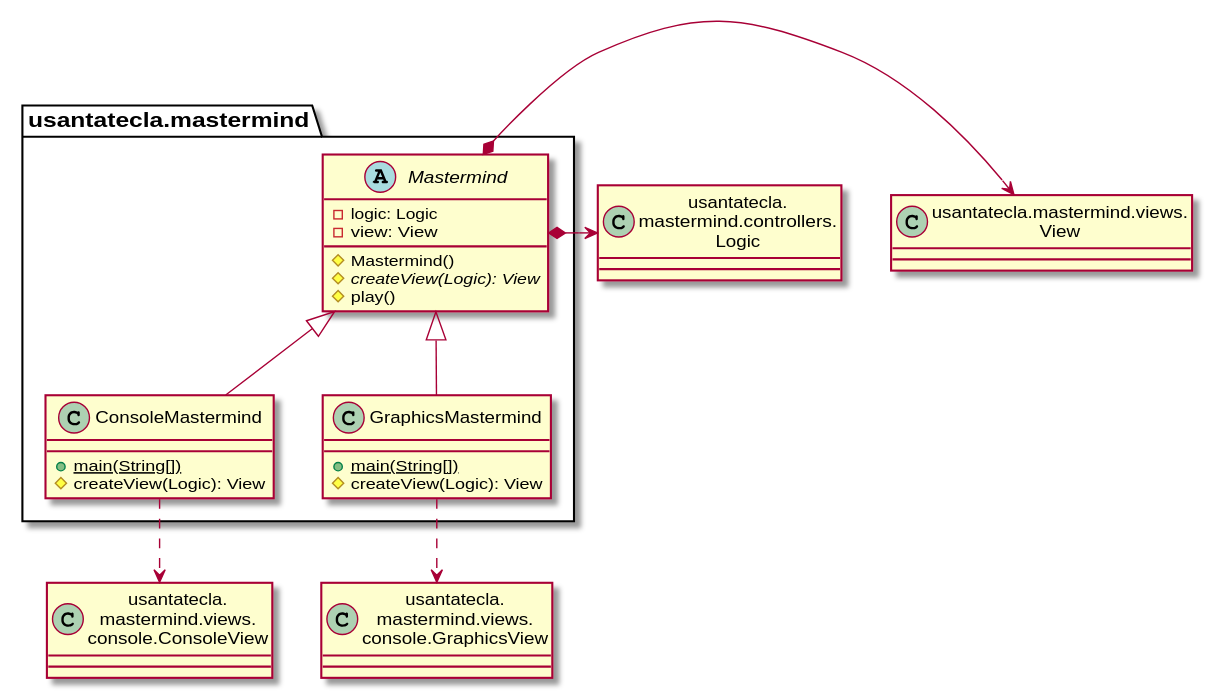
This is modelViewPresenter/presentationModel/withFacade/docs/diagrams/out/paquetes/mastermind.svg from SantaTecla-mastermind/solution.java.swing.socket.sql, a PlantUML export, as it was before one commit.
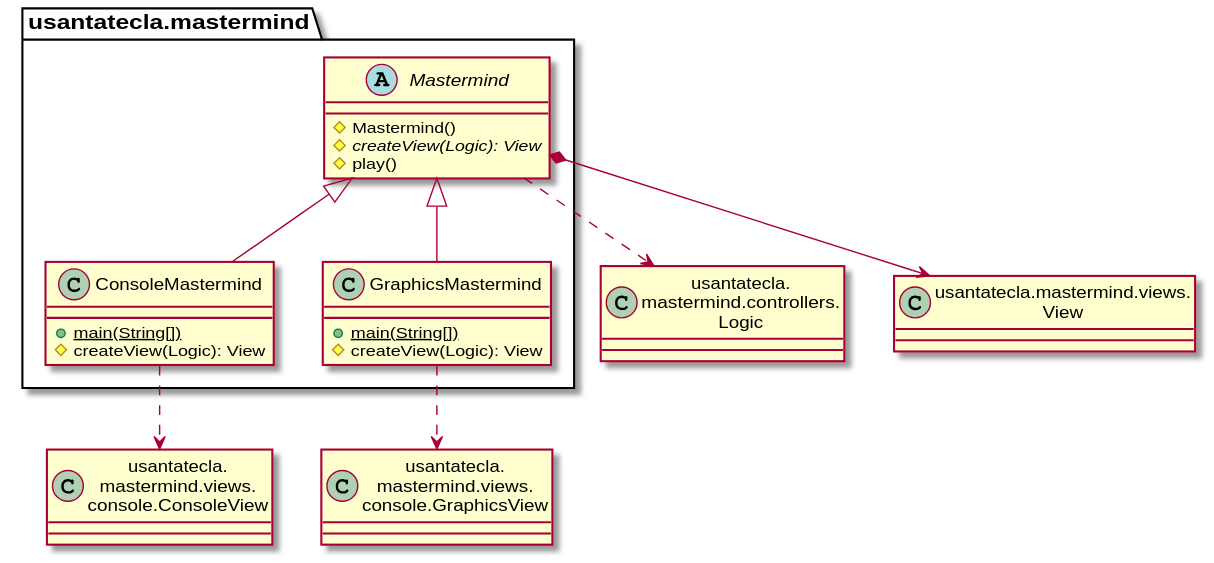
After the commit.

What changed in the source:
```diff
@@ -2,32 +2,29 @@
 class ConsoleView as "usantatecla.\nmastermind.views.\nconsole.ConsoleView"
 class GraphicsView as "usantatecla.\nmastermind.views.\nconsole.GraphicsView"
 class Logic as "usantatecla.\nmastermind.controllers.\nLogic"
+class View as "usantatecla.mastermind.views.\nView"
+
 class  usantatecla.mastermind.ConsoleMastermind{
-+ {static} main(String[])
-# createView(Logic): View
+    + {static} main(String[])
+    # createView(Logic): View
 }
 usantatecla.mastermind.Mastermind <|-down- usantatecla.mastermind.ConsoleMastermind
 
 class  usantatecla.mastermind.GraphicsMastermind{
-+ {static} main(String[])
-# createView(Logic): View
+    + {static} main(String[])
+    # createView(Logic): View
 }
 usantatecla.mastermind.Mastermind <|-down- usantatecla.mastermind.GraphicsMastermind
 
 abstract class  usantatecla.mastermind.Mastermind{
-- logic: Logic
-- view: View
-# Mastermind()
-# {abstract} createView(Logic): View
-# play()
+    # Mastermind()
+    # {abstract} createView(Logic): View
+    # play()
 }
 
-class View as "usantatecla.mastermind.views.\nView" {
 
-
-}
-usantatecla.mastermind.Mastermind *-> Logic
-usantatecla.mastermind.Mastermind *-> View
-usantatecla.mastermind.GraphicsMastermind ..> GraphicsView
-usantatecla.mastermind.ConsoleMastermind ..> ConsoleView
+usantatecla.mastermind.Mastermind .down.> Logic
+usantatecla.mastermind.Mastermind *-down-> View
+usantatecla.mastermind.GraphicsMastermind .down.> GraphicsView
+usantatecla.mastermind.ConsoleMastermind .down.> ConsoleView
 @enduml
```
